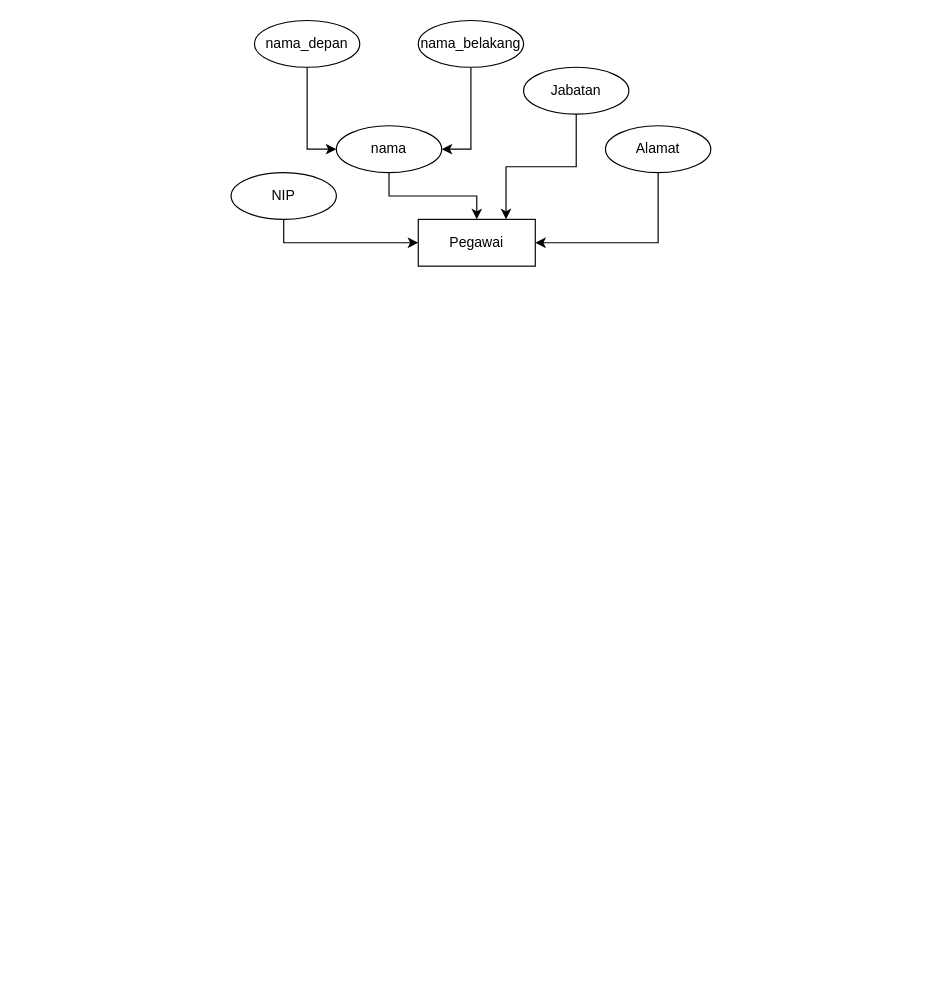
Before: erd.drawio in RayhanHamada/bikin-dfd, a draw.io diagram. Source tidied: cells renumbered, new cells numbered last; positions are measured from the earlier drawing's top-left corner, leaving out a move shared by most shapes. Both pictures are drawn from the tidied source at 117%, with x=0, y=0 at pixel (230, 20).
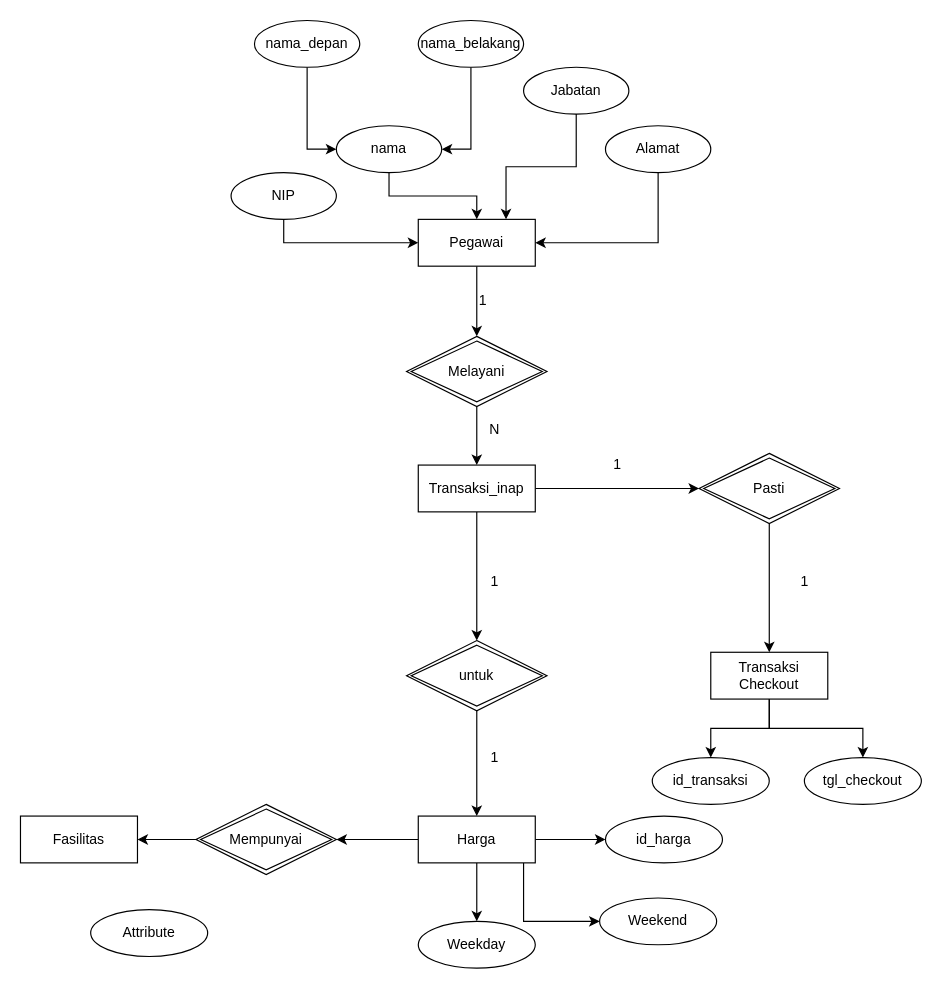
After the change.

The change refers to these unchanged cells:
```xml
<mxCell id="2" value="Pegawai" style="whiteSpace=wrap;html=1;align=center;" parent="1" vertex="1">
  <mxGeometry x="160" y="170" width="100" height="40" as="geometry" />
</mxCell>
```

The edit, as a diff of the source:
```diff
@@
+    <mxCell id="15" style="edgeStyle=orthogonalEdgeStyle;rounded=0;jettySize=auto;html=1;entryX=0.5;entryY=0;entryDx=0;entryDy=0;" parent="1" edge="1" source="2" target="20">
+      <mxGeometry relative="1" as="geometry" />
+    </mxCell>
@@
+    <mxCell id="16" style="edgeStyle=orthogonalEdgeStyle;rounded=0;jettySize=auto;html=1;entryX=0;entryY=0.5;entryDx=0;entryDy=0;" parent="1" edge="1" source="18" target="24">
+      <mxGeometry relative="1" as="geometry" />
+    </mxCell>
+    <mxCell id="17" style="edgeStyle=orthogonalEdgeStyle;rounded=0;jettySize=auto;html=1;entryX=0.5;entryY=0;entryDx=0;entryDy=0;" parent="1" edge="1" source="18" target="33">
+      <mxGeometry relative="1" as="geometry" />
+    </mxCell>
+    <mxCell id="18" value="Transaksi_inap" style="whiteSpace=wrap;html=1;align=center;" parent="1" vertex="1">
+      <mxGeometry x="160" y="380" width="100" height="40" as="geometry" />
+    </mxCell>
+    <mxCell id="19" style="edgeStyle=orthogonalEdgeStyle;rounded=0;jettySize=auto;html=1;entryX=0.5;entryY=0;entryDx=0;entryDy=0;" parent="1" edge="1" source="20" target="18">
+      <mxGeometry relative="1" as="geometry" />
+    </mxCell>
+    <mxCell id="20" value="Melayani" style="shape=rhombus;double=1;perimeter=rhombusPerimeter;whiteSpace=wrap;html=1;align=center;" parent="1" vertex="1">
+      <mxGeometry x="150" y="270" width="120" height="60" as="geometry" />
+    </mxCell>
+    <mxCell id="21" value="1" style="text;html=1;align=center;verticalAlign=middle;" parent="1" vertex="1">
+      <mxGeometry x="205" y="230" width="20" height="20" as="geometry" />
+    </mxCell>
+    <mxCell id="22" value="N" style="text;html=1;align=center;verticalAlign=middle;" parent="1" vertex="1">
+      <mxGeometry x="215" y="340" width="20" height="20" as="geometry" />
+    </mxCell>
+    <mxCell id="23" style="edgeStyle=orthogonalEdgeStyle;rounded=0;jettySize=auto;html=1;entryX=0.5;entryY=0;entryDx=0;entryDy=0;" parent="1" edge="1" source="24" target="27">
+      <mxGeometry relative="1" as="geometry" />
+    </mxCell>
+    <mxCell id="24" value="Pasti" style="shape=rhombus;double=1;perimeter=rhombusPerimeter;whiteSpace=wrap;html=1;align=center;" parent="1" vertex="1">
+      <mxGeometry x="400" y="370" width="120" height="60" as="geometry" />
+    </mxCell>
+    <mxCell id="25" style="edgeStyle=orthogonalEdgeStyle;rounded=0;jettySize=auto;html=1;" parent="1" edge="1" source="27" target="29">
+      <mxGeometry relative="1" as="geometry" />
+    </mxCell>
+    <mxCell id="26" style="edgeStyle=orthogonalEdgeStyle;rounded=0;jettySize=auto;html=1;entryX=0.5;entryY=0;entryDx=0;entryDy=0;" parent="1" edge="1" source="27" target="28">
+      <mxGeometry relative="1" as="geometry" />
+    </mxCell>
+    <mxCell id="27" value="Transaksi Checkout" style="whiteSpace=wrap;html=1;align=center;" parent="1" vertex="1">
+      <mxGeometry x="410" y="540" width="100" height="40" as="geometry" />
+    </mxCell>
+    <mxCell id="28" value="id_transaksi" style="ellipse;whiteSpace=wrap;html=1;align=center;" parent="1" vertex="1">
+      <mxGeometry x="360" y="630" width="100" height="40" as="geometry" />
+    </mxCell>
+    <mxCell id="29" value="tgl_checkout" style="ellipse;whiteSpace=wrap;html=1;align=center;" parent="1" vertex="1">
+      <mxGeometry x="490" y="630" width="100" height="40" as="geometry" />
+    </mxCell>
+    <mxCell id="30" value="1" style="text;html=1;align=center;verticalAlign=middle;" parent="1" vertex="1">
+      <mxGeometry x="320" y="370" width="20" height="20" as="geometry" />
+    </mxCell>
+    <mxCell id="31" value="1" style="text;html=1;align=center;verticalAlign=middle;" parent="1" vertex="1">
+      <mxGeometry x="480" y="470" width="20" height="20" as="geometry" />
+    </mxCell>
+    <mxCell id="32" style="edgeStyle=orthogonalEdgeStyle;rounded=0;jettySize=auto;html=1;entryX=0.5;entryY=0;entryDx=0;entryDy=0;" parent="1" edge="1" source="33" target="38">
+      <mxGeometry relative="1" as="geometry" />
+    </mxCell>
+    <mxCell id="33" value="untuk" style="shape=rhombus;double=1;perimeter=rhombusPerimeter;whiteSpace=wrap;html=1;align=center;" parent="1" vertex="1">
+      <mxGeometry x="150" y="530" width="120" height="60" as="geometry" />
+    </mxCell>
+    <mxCell id="34" style="edgeStyle=orthogonalEdgeStyle;rounded=0;jettySize=auto;html=1;entryX=0;entryY=0.5;entryDx=0;entryDy=0;" parent="1" edge="1" source="38" target="43">
+      <mxGeometry relative="1" as="geometry" />
+    </mxCell>
+    <mxCell id="35" style="edgeStyle=orthogonalEdgeStyle;rounded=0;jettySize=auto;html=1;entryX=0.5;entryY=0;entryDx=0;entryDy=0;" parent="1" edge="1" source="38" target="42">
+      <mxGeometry relative="1" as="geometry" />
+    </mxCell>
+    <mxCell id="36" style="edgeStyle=orthogonalEdgeStyle;rounded=0;jettySize=auto;html=1;entryX=0;entryY=0.5;entryDx=0;entryDy=0;" parent="1" edge="1" source="38" target="41">
+      <mxGeometry relative="1" as="geometry">
+        <Array as="points">
+          <mxPoint x="250" y="770" />
+        </Array>
+      </mxGeometry>
+    </mxCell>
+    <mxCell id="37" style="edgeStyle=orthogonalEdgeStyle;rounded=0;jettySize=auto;html=1;entryX=1;entryY=0.5;entryDx=0;entryDy=0;" parent="1" edge="1" source="38" target="45">
+      <mxGeometry relative="1" as="geometry" />
+    </mxCell>
+    <mxCell id="38" value="Harga" style="whiteSpace=wrap;html=1;align=center;" parent="1" vertex="1">
+      <mxGeometry x="160" y="680" width="100" height="40" as="geometry" />
+    </mxCell>
+    <mxCell id="39" value="1" style="text;html=1;align=center;verticalAlign=middle;" parent="1" vertex="1">
+      <mxGeometry x="215" y="470" width="20" height="20" as="geometry" />
+    </mxCell>
+    <mxCell id="40" value="1" style="text;html=1;align=center;verticalAlign=middle;" parent="1" vertex="1">
+      <mxGeometry x="215" y="620" width="20" height="20" as="geometry" />
+    </mxCell>
+    <mxCell id="41" value="Weekend" style="ellipse;whiteSpace=wrap;html=1;align=center;" parent="1" vertex="1">
+      <mxGeometry x="315" y="750" width="100" height="40" as="geometry" />
+    </mxCell>
+    <mxCell id="42" value="Weekday" style="ellipse;whiteSpace=wrap;html=1;align=center;" parent="1" vertex="1">
+      <mxGeometry x="160" y="770" width="100" height="40" as="geometry" />
+    </mxCell>
+    <mxCell id="43" value="id_harga" style="ellipse;whiteSpace=wrap;html=1;align=center;" parent="1" vertex="1">
+      <mxGeometry x="320" y="680" width="100" height="40" as="geometry" />
+    </mxCell>
+    <mxCell id="44" style="edgeStyle=orthogonalEdgeStyle;rounded=0;jettySize=auto;html=1;entryX=1;entryY=0.5;entryDx=0;entryDy=0;" parent="1" edge="1" source="45" target="46">
+      <mxGeometry relative="1" as="geometry" />
+    </mxCell>
+    <mxCell id="45" value="Mempunyai" style="shape=rhombus;double=1;perimeter=rhombusPerimeter;whiteSpace=wrap;html=1;align=center;" parent="1" vertex="1">
+      <mxGeometry x="-30" y="670" width="120" height="60" as="geometry" />
+    </mxCell>
+    <mxCell id="46" value="Fasilitas" style="whiteSpace=wrap;html=1;align=center;" parent="1" vertex="1">
+      <mxGeometry x="-180" y="680" width="100" height="40" as="geometry" />
+    </mxCell>
+    <mxCell id="47" value="Attribute" style="ellipse;whiteSpace=wrap;html=1;align=center;" parent="1" vertex="1">
+      <mxGeometry x="-120" y="760" width="100" height="40" as="geometry" />
+    </mxCell>
```
